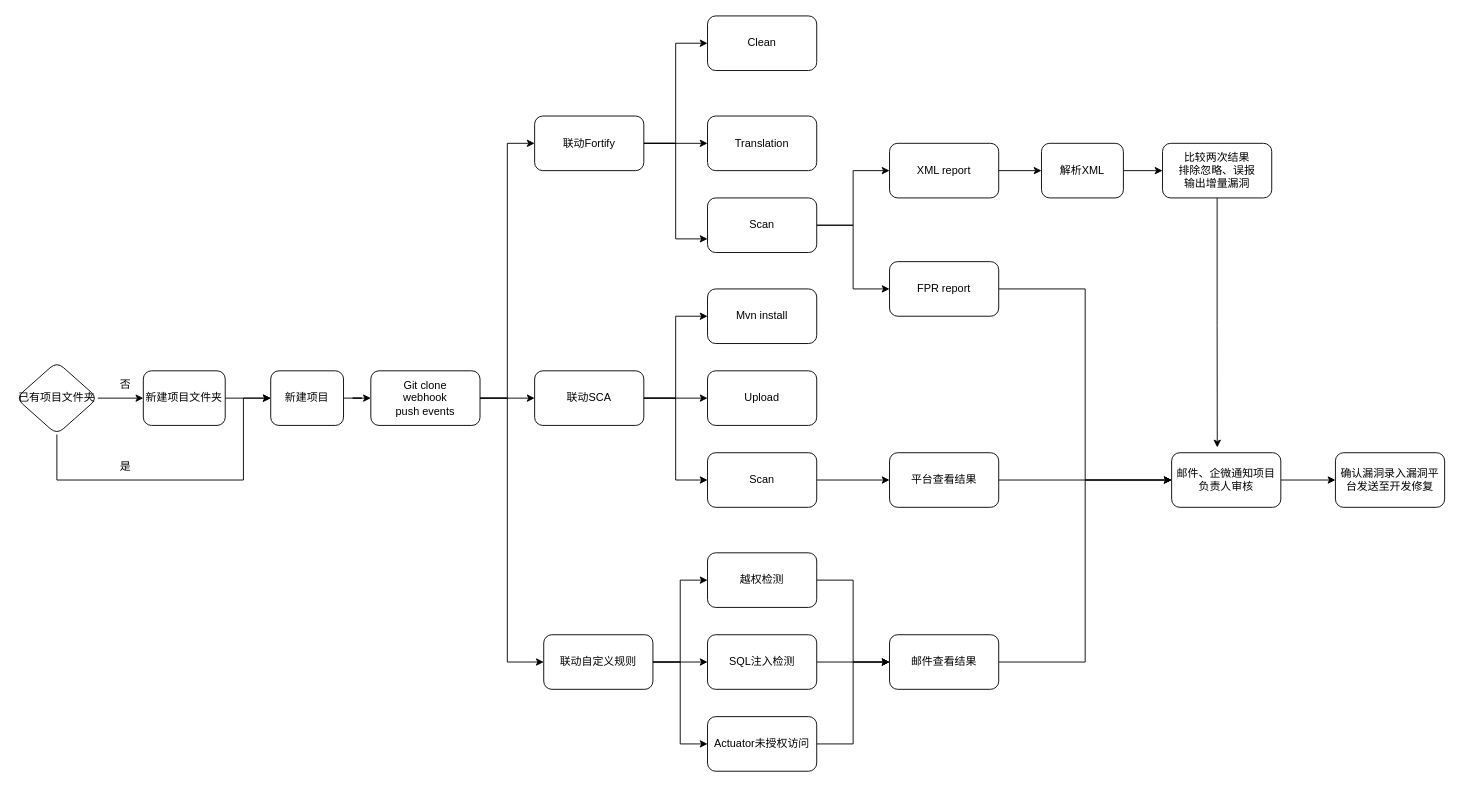
Earlier version of the draw.io diagram Jenkins.drawio (grayes/draw.io). Source tidied: cells renumbered, new cells numbered last; positions are measured from the earlier drawing's top-left corner, leaving out a move shared by most shapes. Both pictures are drawn from the tidied source at 91%, with x=0, y=0 at pixel (15, 15).
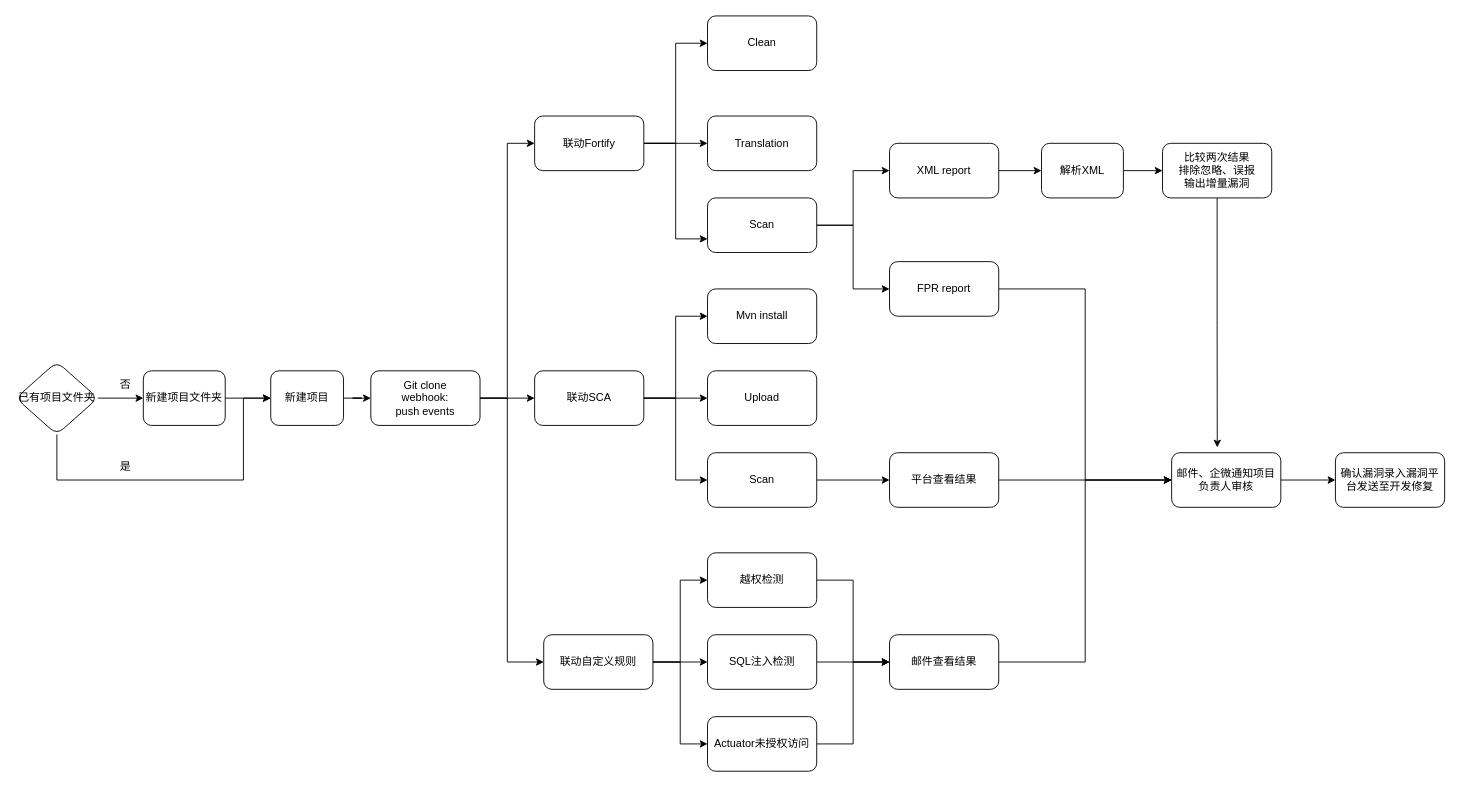
The same page after the edit.

The edit, as a diff of the source:
```diff
@@
-    <mxCell id="33" value="Git clone&lt;br&gt;webhook &lt;br&gt;push events" style="rounded=1;whiteSpace=wrap;html=1;" parent="1" vertex="1">
+    <mxCell id="33" value="Git clone&lt;br&gt;webhook:&lt;br&gt;push events" style="rounded=1;whiteSpace=wrap;html=1;" parent="1" vertex="1">
       <mxGeometry x="390" y="390" width="120" height="60" as="geometry" />
     </mxCell>
```
